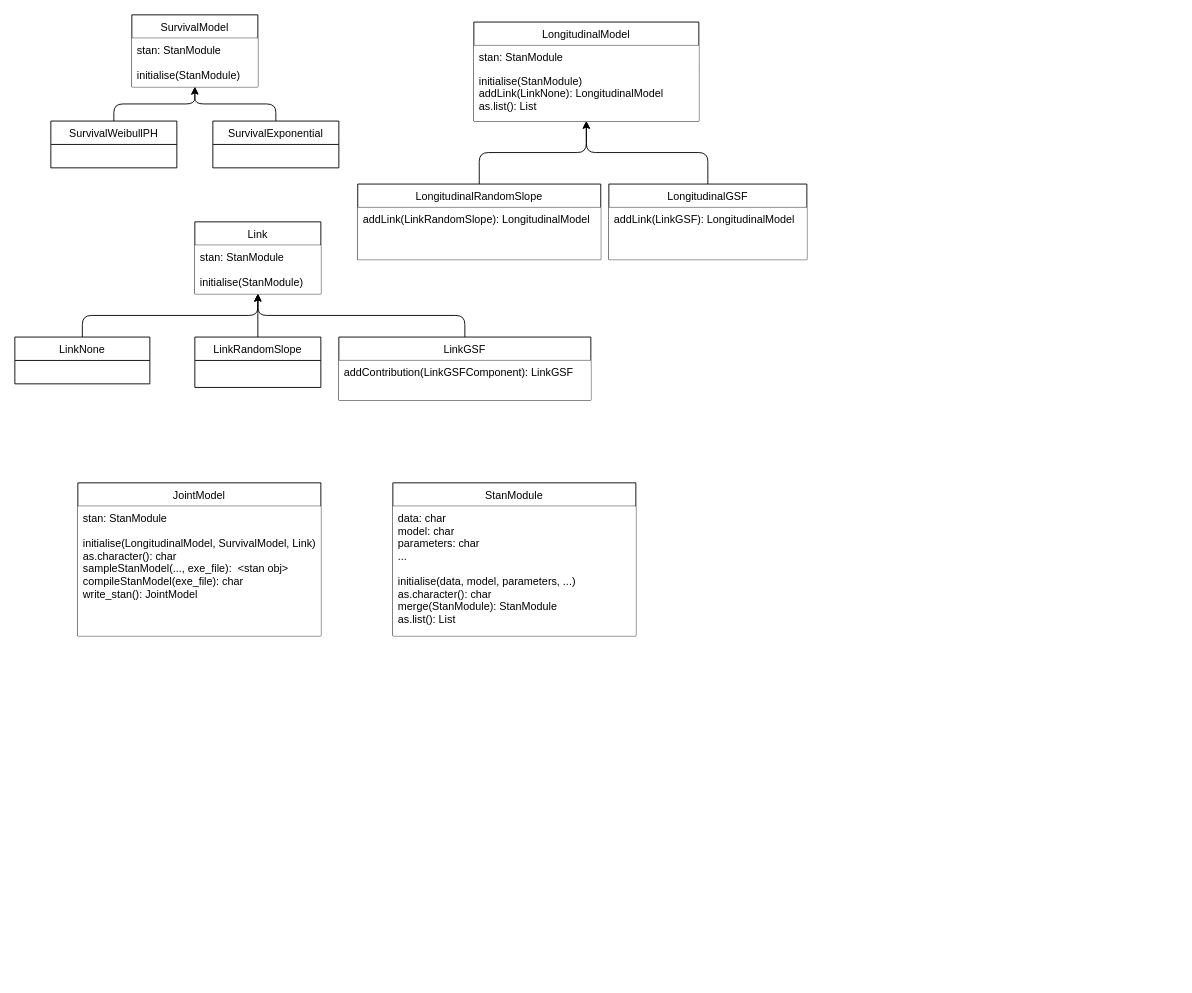
Before: vignettes/objects.png.drawio in Genentech/jmpost, a draw.io diagram. Source tidied: cells renumbered, new cells numbered last; positions are measured from the earlier drawing's top-left corner, leaving out a move shared by most shapes. Both pictures are drawn from the tidied source at 90%, with x=0, y=0 at pixel (14, 14).
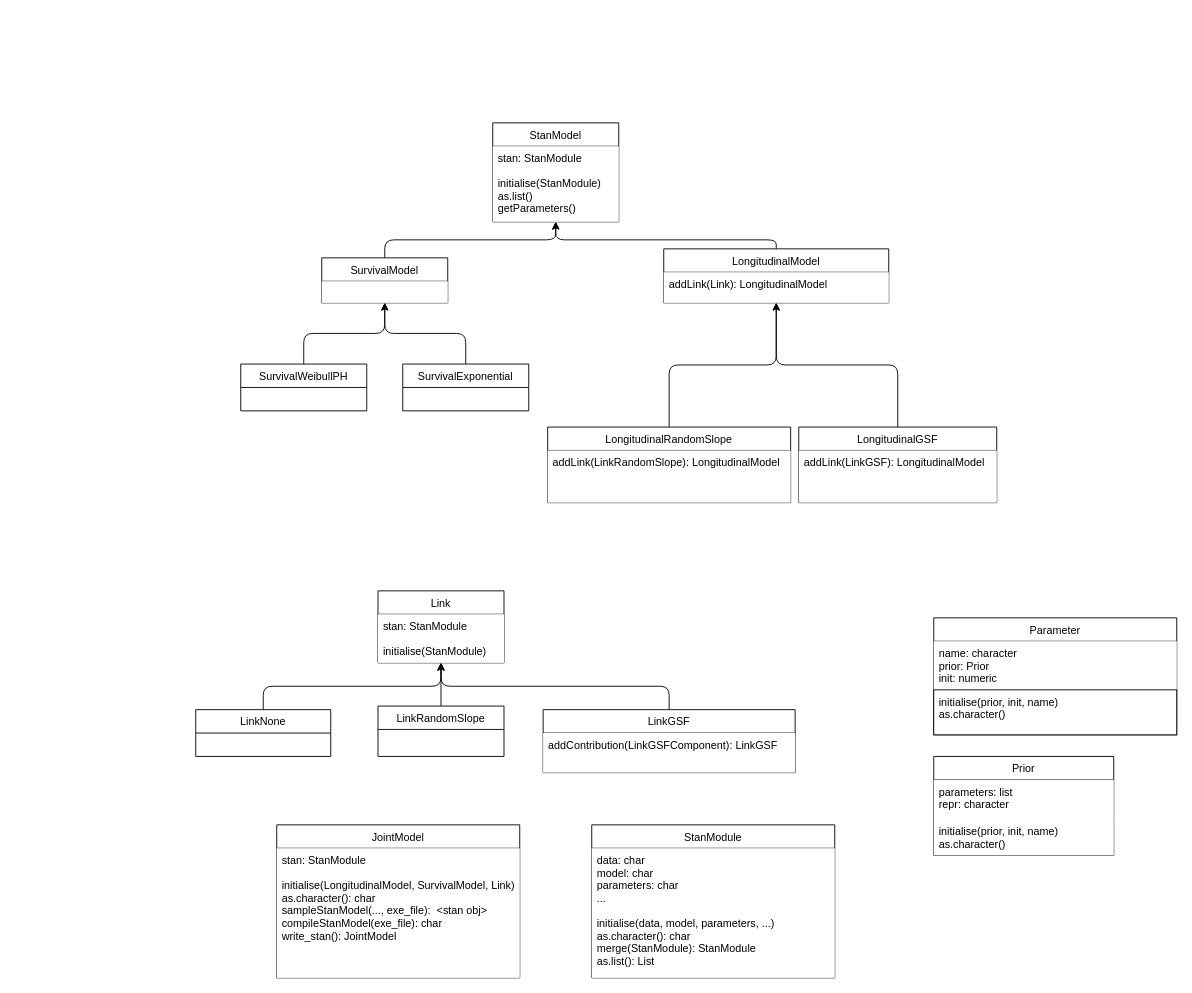
The same page after the edit.

The edit, as a diff of the source:
```diff
@@
+    <mxCell id="30" style="edgeStyle=orthogonalEdgeStyle;html=1;exitX=0.5;exitY=0;exitDx=0;exitDy=0;entryX=0.5;entryY=1;entryDx=0;entryDy=0;" parent="1" edge="1" source="2" target="31">
+      <mxGeometry relative="1" as="geometry" />
+    </mxCell>
     <mxCell id="2" value="SurvivalModel" style="swimlane;fontStyle=0;horizontal=1;startSize=26;labelBackgroundColor=#FFFFFF;" parent="1" vertex="1">
-      <mxGeometry x="130" width="140" height="80" as="geometry" />
+      <mxGeometry x="341" y="270" width="140" height="50" as="geometry" />
     </mxCell>
-    <mxCell id="3" value="stan: StanModule&#10;&#10;initialise(StanModule)" style="text;strokeColor=none;fillColor=default;align=left;verticalAlign=top;spacingLeft=4;spacingRight=4;overflow=hidden;labelBackgroundColor=#FFFFFF;" parent="2" vertex="1">
-      <mxGeometry y="26" width="140" height="54" as="geometry" />
+    <mxCell id="3" style="text;strokeColor=none;fillColor=default;align=left;verticalAlign=top;spacingLeft=4;spacingRight=4;overflow=hidden;labelBackgroundColor=#FFFFFF;" parent="2" vertex="1">
+      <mxGeometry y="26" width="140" height="24" as="geometry" />
     </mxCell>
@@
     <mxCell id="5" value="SurvivalWeibullPH" style="swimlane;fontStyle=0;horizontal=1;startSize=26;labelBackgroundColor=#FFFFFF;" parent="1" vertex="1">
-      <mxGeometry x="40" y="118" width="140" height="52" as="geometry" />
+      <mxGeometry x="251" y="388" width="140" height="52" as="geometry" />
     </mxCell>
@@
     <mxCell id="7" value="SurvivalExponential" style="swimlane;fontStyle=0;horizontal=1;startSize=26;fillColor=default;labelBackgroundColor=#FFFFFF;" parent="1" vertex="1">
-      <mxGeometry x="220" y="118" width="140" height="52" as="geometry" />
+      <mxGeometry x="431" y="388" width="140" height="52" as="geometry" />
     </mxCell>
     <mxCell id="8" value="LongitudinalModel" style="swimlane;fontStyle=0;horizontal=1;startSize=26;labelBackgroundColor=#FFFFFF;" parent="1" vertex="1">
-      <mxGeometry x="510" y="8" width="250" height="110" as="geometry" />
+      <mxGeometry x="721" y="260" width="250" height="60" as="geometry" />
     </mxCell>
-    <mxCell id="9" value="stan: StanModule" style="text;strokeColor=none;fillColor=default;align=left;verticalAlign=top;spacingLeft=4;spacingRight=4;overflow=hidden;labelBackgroundColor=#FFFFFF;" parent="8" vertex="1">
-      <mxGeometry y="26" width="250" height="26" as="geometry" />
-    </mxCell>
-    <mxCell id="10" value="initialise(StanModule)&#10;addLink(LinkNone): LongitudinalModel&#10;as.list(): List " style="text;strokeColor=none;fillColor=default;align=left;verticalAlign=top;spacingLeft=4;spacingRight=4;overflow=hidden;labelBackgroundColor=#FFFFFF;" parent="8" vertex="1">
-      <mxGeometry y="52" width="250" height="58" as="geometry" />
+    <mxCell id="10" value="addLink(Link): LongitudinalModel" style="text;strokeColor=none;fillColor=default;align=left;verticalAlign=top;spacingLeft=4;spacingRight=4;overflow=hidden;labelBackgroundColor=#FFFFFF;" parent="8" vertex="1">
+      <mxGeometry y="26" width="250" height="34" as="geometry" />
     </mxCell>
@@
     <mxCell id="12" value="LongitudinalRandomSlope" style="swimlane;fontStyle=0;horizontal=1;startSize=26;labelBackgroundColor=#FFFFFF;" parent="1" vertex="1">
-      <mxGeometry x="381" y="188" width="270" height="84" as="geometry" />
+      <mxGeometry x="592" y="458" width="270" height="84" as="geometry" />
     </mxCell>
@@
     <mxCell id="15" value="LongitudinalGSF" style="swimlane;fontStyle=0;horizontal=1;startSize=26;labelBackgroundColor=#FFFFFF;" parent="1" vertex="1">
-      <mxGeometry x="660" y="188" width="220" height="84" as="geometry" />
+      <mxGeometry x="871" y="458" width="220" height="84" as="geometry" />
     </mxCell>
@@
     <mxCell id="17" value="Link" style="swimlane;fontStyle=0;horizontal=1;startSize=26;labelBackgroundColor=#FFFFFF;" parent="1" vertex="1">
-      <mxGeometry x="200" y="230" width="140" height="80" as="geometry" />
+      <mxGeometry x="403.5" y="640" width="140" height="80" as="geometry" />
     </mxCell>
@@
     <mxCell id="20" value="LinkNone" style="swimlane;fontStyle=0;horizontal=1;startSize=26;labelBackgroundColor=#FFFFFF;" parent="1" vertex="1">
-      <mxGeometry y="358" width="150" height="52" as="geometry" />
+      <mxGeometry x="201" y="772" width="150" height="52" as="geometry" />
     </mxCell>
@@
     <mxCell id="22" value="LinkRandomSlope" style="swimlane;fontStyle=0;horizontal=1;startSize=26;labelBackgroundColor=#FFFFFF;" parent="1" vertex="1">
-      <mxGeometry x="200" y="358" width="140" height="56" as="geometry" />
+      <mxGeometry x="403.5" y="768" width="140" height="56" as="geometry" />
     </mxCell>
@@
     <mxCell id="24" value="LinkGSF" style="swimlane;fontStyle=0;horizontal=1;startSize=26;labelBackgroundColor=#FFFFFF;" parent="1" vertex="1">
-      <mxGeometry x="360" y="358" width="280" height="70" as="geometry" />
+      <mxGeometry x="587" y="772" width="280" height="70" as="geometry" />
     </mxCell>
@@
     <mxCell id="26" value="StanModule" style="swimlane;fontStyle=0;horizontal=1;startSize=26;labelBackgroundColor=#FFFFFF;" parent="1" vertex="1">
-      <mxGeometry x="420" y="520" width="270" height="170" as="geometry" />
+      <mxGeometry x="641" y="900" width="270" height="170" as="geometry" />
     </mxCell>
@@
     <mxCell id="28" value="JointModel" style="swimlane;fontStyle=0;horizontal=1;startSize=26;labelBackgroundColor=#FFFFFF;" parent="1" vertex="1">
-      <mxGeometry x="70" y="520" width="270" height="170" as="geometry" />
+      <mxGeometry x="291" y="900" width="270" height="170" as="geometry" />
     </mxCell>
@@
+    <mxCell id="31" value="StanModel" style="swimlane;fontStyle=0;horizontal=1;startSize=26;labelBackgroundColor=#FFFFFF;" parent="1" vertex="1">
+      <mxGeometry x="531" y="120" width="140" height="110" as="geometry" />
+    </mxCell>
+    <mxCell id="32" value="stan: StanModule&#10;&#10;initialise(StanModule)&#10;as.list()&#10;getParameters()" style="text;strokeColor=none;fillColor=default;align=left;verticalAlign=top;spacingLeft=4;spacingRight=4;overflow=hidden;labelBackgroundColor=#FFFFFF;" parent="31" vertex="1">
+      <mxGeometry y="26" width="140" height="84" as="geometry" />
+    </mxCell>
+    <mxCell id="33" style="edgeStyle=orthogonalEdgeStyle;html=1;entryX=0.5;entryY=1;entryDx=0;entryDy=0;exitX=0.5;exitY=0;exitDx=0;exitDy=0;" parent="1" edge="1" source="8" target="31">
+      <mxGeometry relative="1" as="geometry">
+        <Array as="points">
+          <mxPoint x="846" y="250" />
+          <mxPoint x="601" y="250" />
+        </Array>
+      </mxGeometry>
+    </mxCell>
+    <mxCell id="34" value="Parameter" style="swimlane;fontStyle=0;horizontal=1;startSize=26;labelBackgroundColor=#FFFFFF;" parent="1" vertex="1">
+      <mxGeometry x="1021" y="670" width="270" height="130" as="geometry" />
+    </mxCell>
+    <mxCell id="35" value="name: character&#10;prior: Prior&#10;init: numeric" style="text;align=left;verticalAlign=top;spacingLeft=4;spacingRight=4;overflow=hidden;labelBackgroundColor=#FFFFFF;fillColor=default;" parent="34" vertex="1">
+      <mxGeometry y="26" width="270" height="54" as="geometry" />
+    </mxCell>
+    <mxCell id="36" value="initialise(prior, init, name)&#10;as.character()" style="text;align=left;verticalAlign=top;spacingLeft=4;spacingRight=4;overflow=hidden;labelBackgroundColor=#FFFFFF;fillColor=default;strokeColor=default;" parent="34" vertex="1">
+      <mxGeometry y="80" width="270" height="50" as="geometry" />
+    </mxCell>
+    <mxCell id="37" value="Prior" style="swimlane;fontStyle=0;horizontal=1;startSize=26;labelBackgroundColor=#FFFFFF;" parent="1" vertex="1">
+      <mxGeometry x="1021" y="824" width="200" height="110" as="geometry" />
+    </mxCell>
+    <mxCell id="38" value="parameters: list&#10;repr: character&#10;&#10;&#10;" style="text;align=left;verticalAlign=top;spacingLeft=4;spacingRight=4;overflow=hidden;labelBackgroundColor=#FFFFFF;fillColor=default;" parent="37" vertex="1">
+      <mxGeometry y="26" width="200" height="44" as="geometry" />
+    </mxCell>
+    <mxCell id="39" value="initialise(prior, init, name)&#10;as.character()" style="text;align=left;verticalAlign=top;spacingLeft=4;spacingRight=4;overflow=hidden;labelBackgroundColor=#FFFFFF;fillColor=default;" parent="37" vertex="1">
+      <mxGeometry y="70" width="200" height="40" as="geometry" />
+    </mxCell>
```
